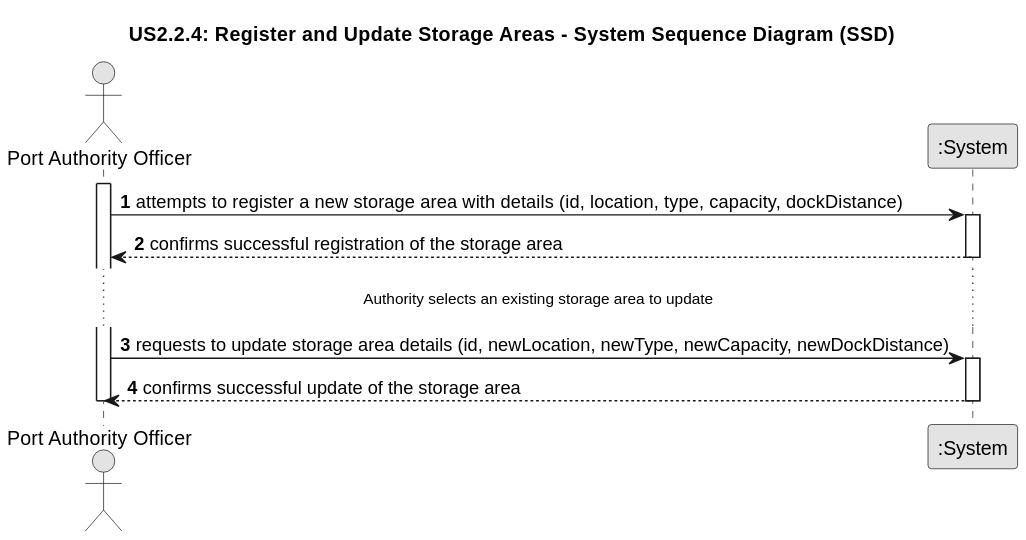
Before: documentation/SprintA/US2.2.4/01.requirements-engineering/svg/US2.2.4-system-sequence-diagram.svg, a diagram exported from PlantUML (AmirMasnavi/Port-Logistics-Management-System).
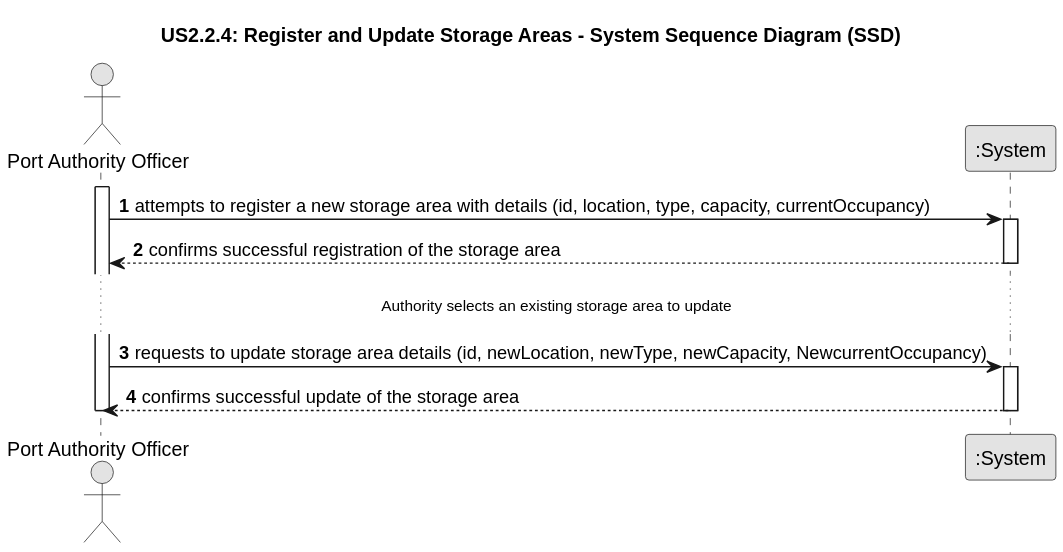
The same file after the commit.

What changed in the source:
```diff
@@ -10,13 +10,13 @@
 participant ":System" as System
 
 activate Authority
-Authority -> System : attempts to register a new storage area with details (id, location, type, capacity, dockDistance)
+Authority -> System : attempts to register a new storage area with details (id, location, type, capacity, currentOccupancy)
 activate System
 System --> Authority : confirms successful registration of the storage area
 deactivate System
 
 ... Authority selects an existing storage area to update ...
-Authority -> System : requests to update storage area details (id, newLocation, newType, newCapacity, newDockDistance)
+Authority -> System : requests to update storage area details (id, newLocation, newType, newCapacity, NewcurrentOccupancy)
 activate System
     System --> Authority : confirms successful update of the storage area
 deactivate System
```
